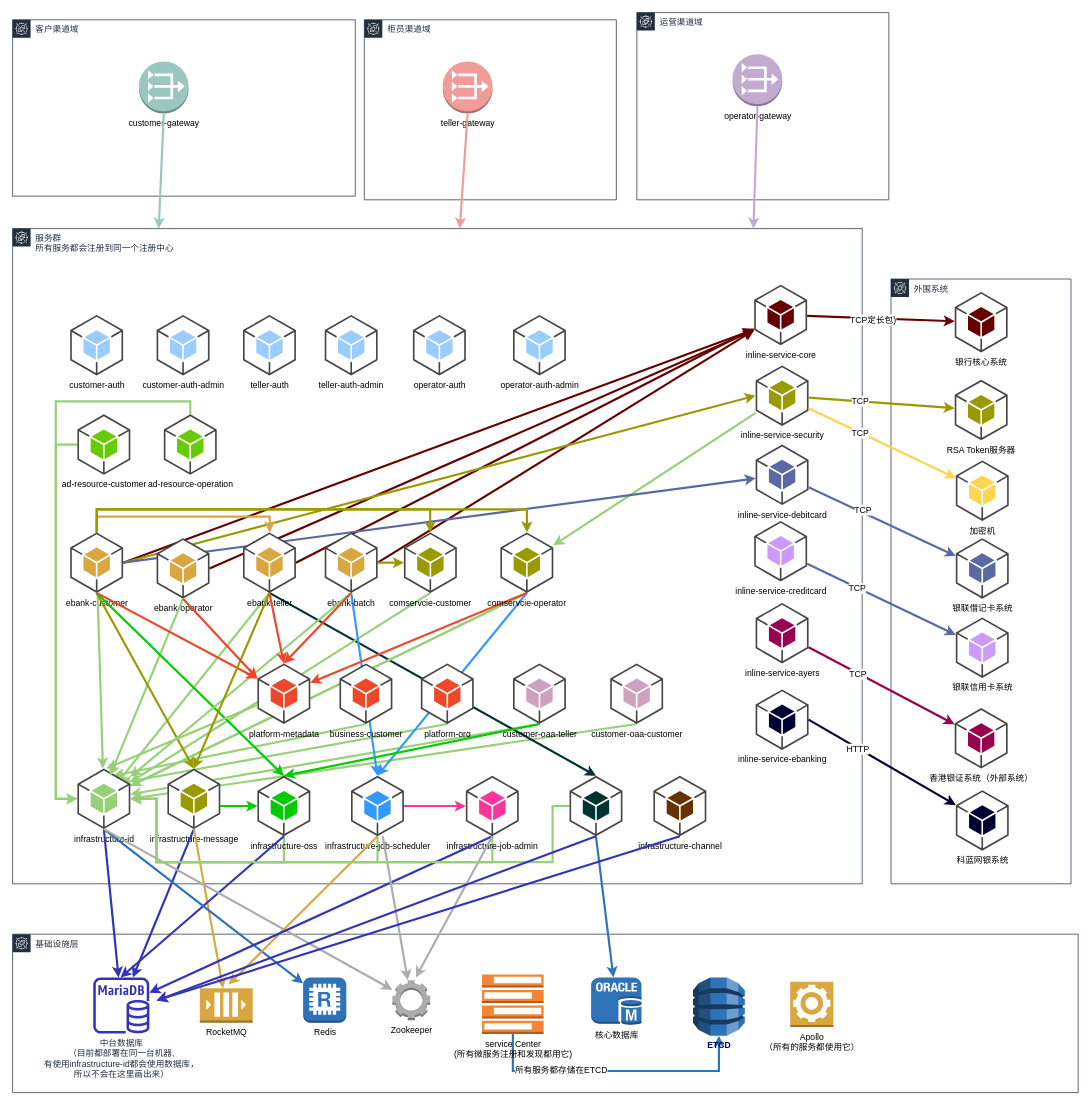
Earlier version of the draw.io diagram 服务拓扑图.drawio (sam1982/draw). Source tidied: cells renumbered, new cells numbered last; positions are measured from the earlier drawing's top-left corner, leaving out a move shared by most shapes. Both pictures are drawn from the tidied source at 72%, with x=0, y=0 at pixel (12, 12).
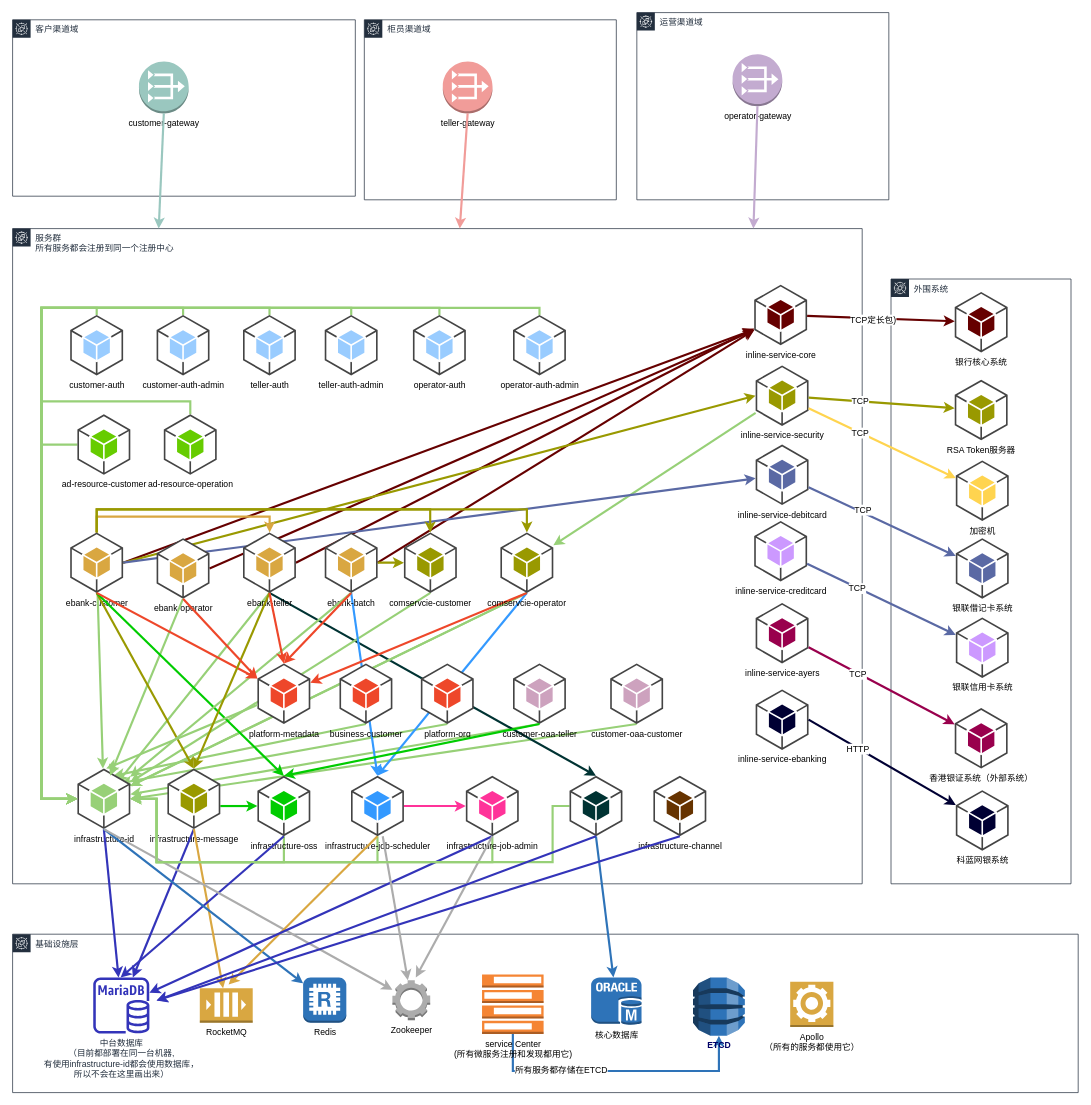
The same diagram, later.

Commit message (it also covers changes not shown here):
更新服务拓扑图.drawio

Unchanged cells that the change refers to:
```xml
<mxCell id="26" value="infrastructure-id" style="outlineConnect=0;dashed=0;verticalLabelPosition=bottom;verticalAlign=top;align=center;html=1;shape=mxgraph.aws3.android;fillColor=#97D077;gradientColor=none;strokeColor=#CCE5FF;" parent="1" vertex="1">
  <mxGeometry x="90" y="1050" width="73.5" height="84" as="geometry" />
</mxCell>
<mxCell id="115" value="customer-auth" style="outlineConnect=0;dashed=0;verticalLabelPosition=bottom;verticalAlign=top;align=center;html=1;shape=mxgraph.aws3.android;fillColor=#99CCFF;gradientColor=none;strokeColor=#CCE5FF;" parent="1" vertex="1">
  <mxGeometry x="80" y="420" width="73.5" height="84" as="geometry" />
</mxCell>
<mxCell id="116" value="customer-auth-admin" style="outlineConnect=0;dashed=0;verticalLabelPosition=bottom;verticalAlign=top;align=center;html=1;shape=mxgraph.aws3.android;fillColor=#99CCFF;gradientColor=none;strokeColor=#CCE5FF;" parent="1" vertex="1">
  <mxGeometry x="200" y="420" width="73.5" height="84" as="geometry" />
</mxCell>
<mxCell id="117" value="teller-auth" style="outlineConnect=0;dashed=0;verticalLabelPosition=bottom;verticalAlign=top;align=center;html=1;shape=mxgraph.aws3.android;fillColor=#99CCFF;gradientColor=none;strokeColor=#CCE5FF;" parent="1" vertex="1">
  <mxGeometry x="320" y="420" width="73.5" height="84" as="geometry" />
</mxCell>
<mxCell id="118" value="teller-auth-admin" style="outlineConnect=0;dashed=0;verticalLabelPosition=bottom;verticalAlign=top;align=center;html=1;shape=mxgraph.aws3.android;fillColor=#99CCFF;gradientColor=none;strokeColor=#CCE5FF;" parent="1" vertex="1">
  <mxGeometry x="433.5" y="420" width="73.5" height="84" as="geometry" />
</mxCell>
<mxCell id="119" value="operator-auth" style="outlineConnect=0;dashed=0;verticalLabelPosition=bottom;verticalAlign=top;align=center;html=1;shape=mxgraph.aws3.android;fillColor=#99CCFF;gradientColor=none;strokeColor=#CCE5FF;" parent="1" vertex="1">
  <mxGeometry x="556" y="420" width="73.5" height="84" as="geometry" />
</mxCell>
<mxCell id="120" value="operator-auth-admin" style="outlineConnect=0;dashed=0;verticalLabelPosition=bottom;verticalAlign=top;align=center;html=1;shape=mxgraph.aws3.android;fillColor=#99CCFF;gradientColor=none;strokeColor=#CCE5FF;" parent="1" vertex="1">
  <mxGeometry x="695" y="420" width="73.5" height="84" as="geometry" />
</mxCell>
<mxCell id="122" value="ad-resource-operation" style="outlineConnect=0;dashed=0;verticalLabelPosition=bottom;verticalAlign=top;align=center;html=1;shape=mxgraph.aws3.android;fillColor=#66CC00;strokeColor=#d79b00;" parent="1" vertex="1">
  <mxGeometry x="210" y="558" width="73.5" height="84" as="geometry" />
</mxCell>
<mxCell id="125" value="ad-resource-customer" style="outlineConnect=0;dashed=0;verticalLabelPosition=bottom;verticalAlign=top;align=center;html=1;shape=mxgraph.aws3.android;fillColor=#66CC00;strokeColor=#d79b00;" parent="1" vertex="1">
  <mxGeometry x="90" y="558" width="73.5" height="84" as="geometry" />
</mxCell>
```

Change to the diagram source:
```diff
@@
+    <mxCell id="133" style="edgeStyle=orthogonalEdgeStyle;rounded=0;jettySize=auto;html=1;strokeColor=#97D077;strokeWidth=3;" parent="1" edge="1" source="115" target="26">
+      <mxGeometry relative="1" as="geometry">
+        <Array as="points">
+          <mxPoint x="117" y="410" />
+          <mxPoint x="40" y="410" />
+          <mxPoint x="40" y="1092" />
+        </Array>
+      </mxGeometry>
+    </mxCell>
@@
+    <mxCell id="134" style="edgeStyle=orthogonalEdgeStyle;rounded=0;jettySize=auto;html=1;strokeColor=#97D077;strokeWidth=3;" parent="1" edge="1" source="116" target="26">
+      <mxGeometry relative="1" as="geometry">
+        <Array as="points">
+          <mxPoint x="237" y="410" />
+          <mxPoint x="40" y="410" />
+          <mxPoint x="40" y="1092" />
+        </Array>
+      </mxGeometry>
+    </mxCell>
@@
+    <mxCell id="135" style="edgeStyle=orthogonalEdgeStyle;rounded=0;jettySize=auto;html=1;strokeColor=#97D077;strokeWidth=3;" parent="1" edge="1" source="117" target="26">
+      <mxGeometry relative="1" as="geometry">
+        <Array as="points">
+          <mxPoint x="357" y="410" />
+          <mxPoint x="40" y="410" />
+          <mxPoint x="40" y="1092" />
+        </Array>
+      </mxGeometry>
+    </mxCell>
@@
+    <mxCell id="136" style="edgeStyle=orthogonalEdgeStyle;rounded=0;jettySize=auto;html=1;entryX=0;entryY=0.5;entryDx=0;entryDy=0;entryPerimeter=0;strokeColor=#97D077;strokeWidth=3;" parent="1" edge="1" source="118" target="26">
+      <mxGeometry relative="1" as="geometry">
+        <Array as="points">
+          <mxPoint x="470" y="410" />
+          <mxPoint x="40" y="410" />
+          <mxPoint x="40" y="1092" />
+        </Array>
+      </mxGeometry>
+    </mxCell>
@@
+    <mxCell id="137" style="edgeStyle=orthogonalEdgeStyle;rounded=0;jettySize=auto;html=1;strokeColor=#97D077;strokeWidth=3;" parent="1" edge="1" source="119" target="26">
+      <mxGeometry relative="1" as="geometry">
+        <Array as="points">
+          <mxPoint x="593" y="410" />
+          <mxPoint x="40" y="410" />
+          <mxPoint x="40" y="1092" />
+        </Array>
+      </mxGeometry>
+    </mxCell>
@@
+    <mxCell id="138" style="edgeStyle=orthogonalEdgeStyle;rounded=0;jettySize=auto;html=1;strokeColor=#97D077;strokeWidth=3;" parent="1" edge="1" source="120" target="26">
+      <mxGeometry relative="1" as="geometry">
+        <Array as="points">
+          <mxPoint x="732" y="410" />
+          <mxPoint x="40" y="410" />
+          <mxPoint x="40" y="1092" />
+        </Array>
+      </mxGeometry>
+    </mxCell>
@@
     <mxCell id="121" style="edgeStyle=orthogonalEdgeStyle;rounded=0;jettySize=auto;html=1;entryX=0;entryY=0.5;entryDx=0;entryDy=0;entryPerimeter=0;strokeColor=#97D077;strokeWidth=3;" parent="1" edge="1" source="122" target="26">
       <mxGeometry relative="1" as="geometry">
         <Array as="points">
           <mxPoint x="247" y="540" />
-          <mxPoint x="60" y="540" />
-          <mxPoint x="60" y="1092" />
+          <mxPoint x="40" y="540" />
+          <mxPoint x="40" y="1092" />
         </Array>
       </mxGeometry>
     </mxCell>
@@
     <mxCell id="124" style="edgeStyle=orthogonalEdgeStyle;rounded=0;jettySize=auto;html=1;entryX=0;entryY=0.5;entryDx=0;entryDy=0;entryPerimeter=0;strokeColor=#97D077;strokeWidth=3;" parent="1" edge="1" source="125" target="26">
       <mxGeometry relative="1" as="geometry">
         <Array as="points">
-          <mxPoint x="60" y="600" />
-          <mxPoint x="60" y="1092" />
+          <mxPoint x="40" y="600" />
+          <mxPoint x="40" y="1092" />
         </Array>
       </mxGeometry>
     </mxCell>
```
